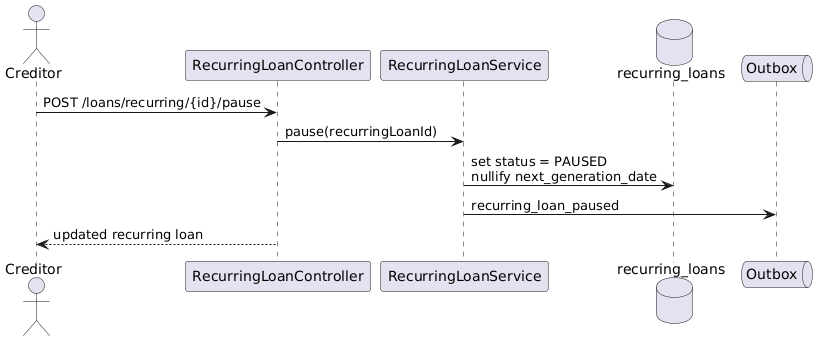
The PlantUML diagram docs/detailed-designs/diagrams/rendered/seq_pause_recurring_loan.png in QuinntyneBrown/LendQ, before a commit. Source of this version:
```plantuml
@startuml
actor Creditor
participant RecurringLoanController
participant RecurringLoanService
database "recurring_loans" as db
queue Outbox

Creditor -> RecurringLoanController : POST /loans/recurring/{id}/pause
RecurringLoanController -> RecurringLoanService : pause(recurringLoanId)
RecurringLoanService -> db : set status = PAUSED\nnullify next_generation_date
RecurringLoanService -> Outbox : recurring_loan_paused
RecurringLoanController --> Creditor : updated recurring loan
@enduml
```
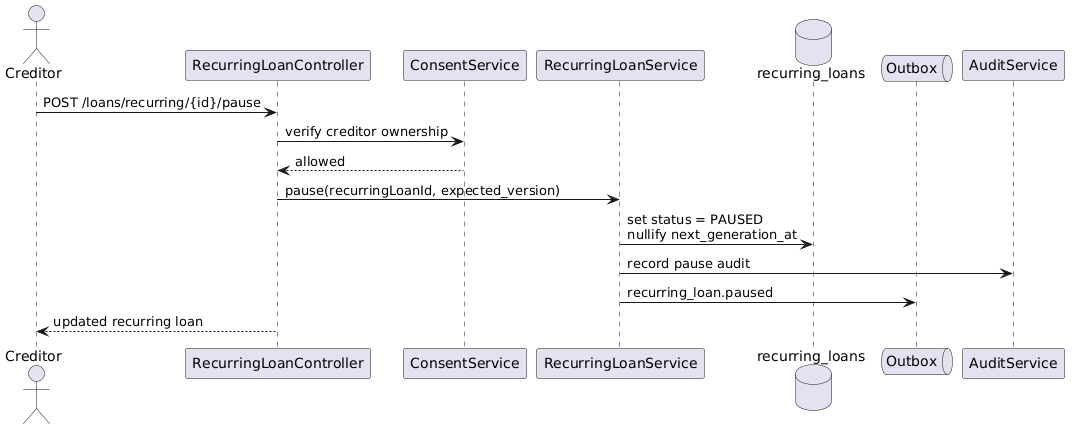
The same diagram one commit later.

What changed in the source:
```diff
@@ -1,13 +1,18 @@
 @startuml
 actor Creditor
 participant RecurringLoanController
+participant ConsentService
 participant RecurringLoanService
 database "recurring_loans" as db
 queue Outbox
+participant AuditService
 
 Creditor -> RecurringLoanController : POST /loans/recurring/{id}/pause
-RecurringLoanController -> RecurringLoanService : pause(recurringLoanId)
-RecurringLoanService -> db : set status = PAUSED\nnullify next_generation_date
-RecurringLoanService -> Outbox : recurring_loan_paused
+RecurringLoanController -> ConsentService : verify creditor ownership
+ConsentService --> RecurringLoanController : allowed
+RecurringLoanController -> RecurringLoanService : pause(recurringLoanId, expected_version)
+RecurringLoanService -> db : set status = PAUSED\nnullify next_generation_at
+RecurringLoanService -> AuditService : record pause audit
+RecurringLoanService -> Outbox : recurring_loan.paused
 RecurringLoanController --> Creditor : updated recurring loan
 @enduml
```
